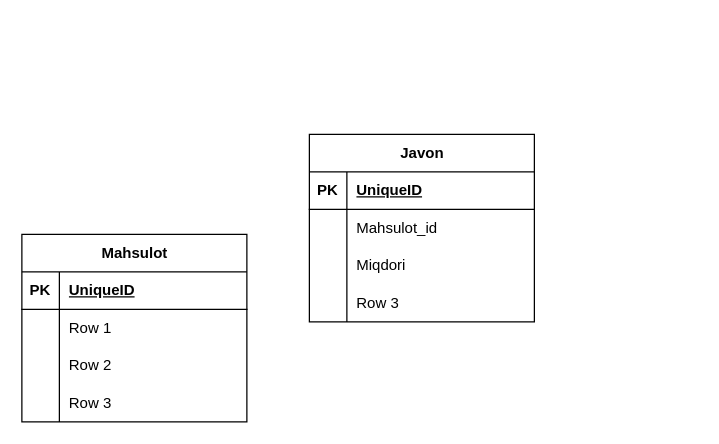
Before: Диаграмма без названия.drawio in Ramziddin-ice/Icecreame, a draw.io diagram. Source tidied: cells renumbered, new cells numbered last; positions are measured from the earlier drawing's top-left corner, leaving out a move shared by most shapes. Both pictures are drawn from the tidied source at 125%, with x=0, y=0 at pixel (21, 134).
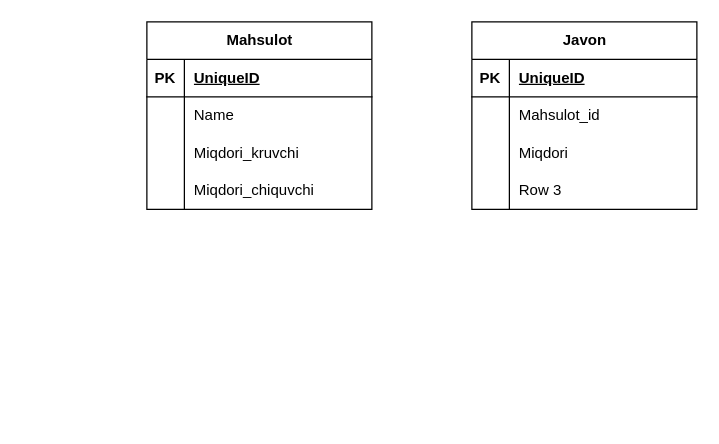
Above is the later version.

The change refers to these unchanged cells:
```xml
<mxCell id="19" style="shape=tableRow;horizontal=0;startSize=0;swimlaneHead=0;swimlaneBody=0;fillColor=none;top=0;left=0;right=0;bottom=0;" parent="15" vertex="1">
  <mxGeometry y="60" width="180" height="30" as="geometry" />
</mxCell>
<mxCell id="22" style="shape=tableRow;horizontal=0;startSize=0;swimlaneHead=0;swimlaneBody=0;fillColor=none;top=0;left=0;right=0;bottom=0;" parent="15" vertex="1">
  <mxGeometry y="90" width="180" height="30" as="geometry" />
</mxCell>
<mxCell id="25" style="shape=tableRow;horizontal=0;startSize=0;swimlaneHead=0;swimlaneBody=0;fillColor=none;top=0;left=0;right=0;bottom=0;" parent="15" vertex="1">
  <mxGeometry y="120" width="180" height="30" as="geometry" />
</mxCell>
```

Diff of the diagram source:
```diff
@@
     <mxCell id="2" value="Javon" style="shape=table;startSize=30;childLayout=tableLayout;rowLines=0;fontStyle=1;align=center;html=1;" parent="1" vertex="1">
-      <mxGeometry x="230" width="180" height="150" as="geometry" />
+      <mxGeometry x="360" y="-90" width="180" height="150" as="geometry" />
     </mxCell>
@@
     <mxCell id="15" value="Mahsulot" style="shape=table;startSize=30;childLayout=tableLayout;rowLines=0;fontStyle=1;align=center;html=1;" parent="1" vertex="1">
-      <mxGeometry y="80" width="180" height="150" as="geometry" />
+      <mxGeometry x="100" y="-90" width="180" height="150" as="geometry" />
     </mxCell>
@@
-    <mxCell id="21" value="Row 1" style="shape=partialRectangle;fillColor=none;top=0;left=0;bottom=0;right=0;align=left;spacingLeft=6;overflow=hidden;whiteSpace=wrap;html=1;" parent="19" vertex="1">
+    <mxCell id="21" value="Name" style="shape=partialRectangle;fillColor=none;top=0;left=0;bottom=0;right=0;align=left;spacingLeft=6;overflow=hidden;whiteSpace=wrap;html=1;" parent="19" vertex="1">
       <mxGeometry x="30" width="150" height="30" as="geometry" />
     </mxCell>
@@
-    <mxCell id="24" value="Row 2" style="shape=partialRectangle;fillColor=none;top=0;left=0;bottom=0;right=0;align=left;spacingLeft=6;overflow=hidden;whiteSpace=wrap;html=1;" parent="22" vertex="1">
+    <mxCell id="24" value="Miqdori_kruvchi" style="shape=partialRectangle;fillColor=none;top=0;left=0;bottom=0;right=0;align=left;spacingLeft=6;overflow=hidden;whiteSpace=wrap;html=1;" parent="22" vertex="1">
       <mxGeometry x="30" width="150" height="30" as="geometry" />
     </mxCell>
@@
-    <mxCell id="27" value="Row 3" style="shape=partialRectangle;fillColor=none;top=0;left=0;bottom=0;right=0;align=left;spacingLeft=6;overflow=hidden;whiteSpace=wrap;html=1;" parent="25" vertex="1">
+    <mxCell id="27" value="Miqdori_chiquvchi" style="shape=partialRectangle;fillColor=none;top=0;left=0;bottom=0;right=0;align=left;spacingLeft=6;overflow=hidden;whiteSpace=wrap;html=1;" parent="25" vertex="1">
       <mxGeometry x="30" width="150" height="30" as="geometry" />
     </mxCell>
```
